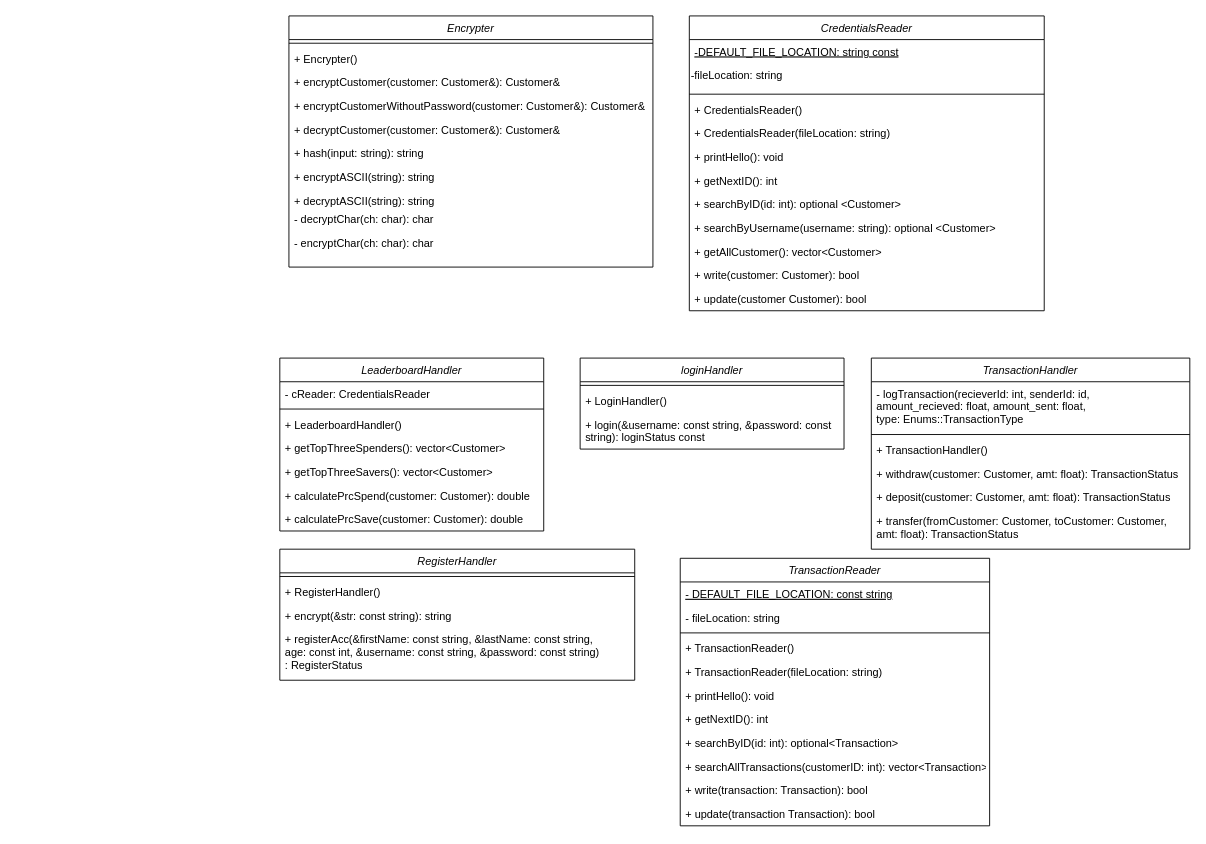
Above: page "controller" (3 of 5) of data/UML.drawio in rawsashimi1604/1009_BankingSystem (draw.io), before the change. Source tidied: cells renumbered, new cells numbered last; positions are measured from the earlier drawing's top-left corner, leaving out a move shared by most shapes. Both pictures are drawn from the tidied source at 91%, with x=0, y=0 at pixel (279, 15).
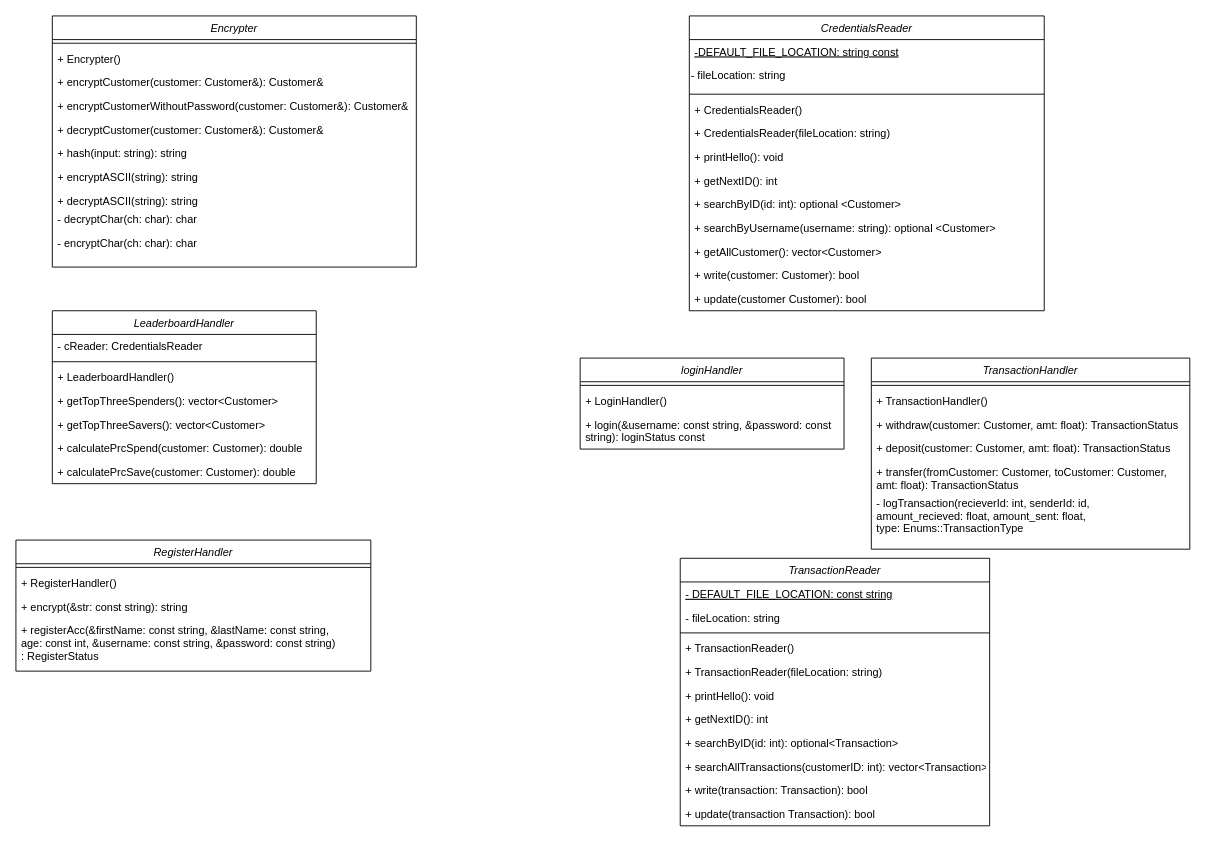
After the change.

The change refers to these unchanged cells:
```xml
<mxCell id="2" value="CredentialsReader" style="swimlane;fontStyle=2;align=center;verticalAlign=top;horizontal=1;startSize=26;rounded=0;shadow=0;strokeWidth=1;" parent="1" vertex="1">
  <mxGeometry x="450" width="390" height="324" as="geometry" />
</mxCell>
<mxCell id="27" value="TransactionHandler" style="swimlane;fontStyle=2;align=center;verticalAlign=top;horizontal=1;startSize=26;rounded=0;shadow=0;strokeWidth=1;" parent="1" vertex="1">
  <mxGeometry x="650" y="376" width="350" height="210" as="geometry" />
</mxCell>
```

Diff of the diagram source:
```diff
@@
-    <mxCell id="4" value="&lt;font face=&quot;helvetica&quot;&gt;-fileLocation: string&lt;/font&gt;" style="text;whiteSpace=wrap;html=1;" parent="2" vertex="1">
+    <mxCell id="4" value="&lt;font face=&quot;helvetica&quot;&gt;- fileLocation: string&lt;/font&gt;" style="text;whiteSpace=wrap;html=1;" parent="2" vertex="1">
       <mxGeometry y="52" width="390" height="30" as="geometry" />
     </mxCell>
@@
-    <mxCell id="28" value="- logTransaction(recieverId: int, senderId: id,&#10;amount_recieved: float, amount_sent: float,&#10;type: Enums::TransactionType" style="text;align=left;verticalAlign=top;spacingLeft=4;spacingRight=4;overflow=hidden;" parent="27" vertex="1">
-      <mxGeometry y="26" width="350" height="54" as="geometry" />
-    </mxCell>
     <mxCell id="29" style="line;html=1;strokeWidth=1;align=left;verticalAlign=middle;spacingTop=-1;spacingLeft=3;spacingRight=3;labelPosition=right;" parent="27" vertex="1">
-      <mxGeometry y="80" width="350" height="8" as="geometry" />
+      <mxGeometry y="26" width="350" height="8" as="geometry" />
     </mxCell>
     <mxCell id="30" value="+ TransactionHandler()" style="text;align=left;verticalAlign=top;spacingLeft=4;spacingRight=4;overflow=hidden;rounded=0;shadow=0;html=0;" parent="27" vertex="1">
-      <mxGeometry y="88" width="350" height="26" as="geometry" />
+      <mxGeometry y="34" width="350" height="26" as="geometry" />
     </mxCell>
     <mxCell id="31" value="+ withdraw(customer: Customer, amt: float): TransactionStatus" style="text;align=left;verticalAlign=top;spacingLeft=4;spacingRight=4;overflow=hidden;rounded=0;shadow=0;html=0;" parent="27" vertex="1">
-      <mxGeometry y="114" width="350" height="26" as="geometry" />
+      <mxGeometry y="60" width="350" height="26" as="geometry" />
     </mxCell>
     <mxCell id="32" value="+ deposit(customer: Customer, amt: float): TransactionStatus" style="text;align=left;verticalAlign=top;spacingLeft=4;spacingRight=4;overflow=hidden;rounded=0;shadow=0;html=0;" parent="27" vertex="1">
-      <mxGeometry y="140" width="350" height="26" as="geometry" />
+      <mxGeometry y="86" width="350" height="26" as="geometry" />
     </mxCell>
     <mxCell id="33" value="+ transfer(fromCustomer: Customer, toCustomer: Customer, &#10;amt: float): TransactionStatus" style="text;align=left;verticalAlign=top;spacingLeft=4;spacingRight=4;overflow=hidden;rounded=0;shadow=0;html=0;" parent="27" vertex="1">
-      <mxGeometry y="166" width="350" height="34" as="geometry" />
+      <mxGeometry y="112" width="350" height="34" as="geometry" />
     </mxCell>
+    <mxCell id="28" value="- logTransaction(recieverId: int, senderId: id,&#10;amount_recieved: float, amount_sent: float,&#10;type: Enums::TransactionType" style="text;align=left;verticalAlign=top;spacingLeft=4;spacingRight=4;overflow=hidden;" parent="27" vertex="1">
+      <mxGeometry y="146" width="350" height="54" as="geometry" />
+    </mxCell>
     <mxCell id="34" value="RegisterHandler" style="swimlane;fontStyle=2;align=center;verticalAlign=top;horizontal=1;startSize=26;rounded=0;shadow=0;strokeWidth=1;" parent="1" vertex="1">
-      <mxGeometry y="586" width="390" height="144" as="geometry" />
+      <mxGeometry x="-290" y="576" width="390" height="144" as="geometry" />
     </mxCell>
@@
     <mxCell id="43" value="LeaderboardHandler" style="swimlane;fontStyle=2;align=center;verticalAlign=top;horizontal=1;startSize=26;rounded=0;shadow=0;strokeWidth=1;" parent="1" vertex="1">
-      <mxGeometry y="376" width="290" height="190" as="geometry" />
+      <mxGeometry x="-250" y="324" width="290" height="190" as="geometry" />
     </mxCell>
@@
     <mxCell id="51" value="Encrypter" style="swimlane;fontStyle=2;align=center;verticalAlign=top;horizontal=1;startSize=26;rounded=0;shadow=0;strokeWidth=1;" parent="1" vertex="1">
-      <mxGeometry x="10" width="400" height="276" as="geometry" />
+      <mxGeometry x="-250" width="400" height="276" as="geometry" />
     </mxCell>
```
